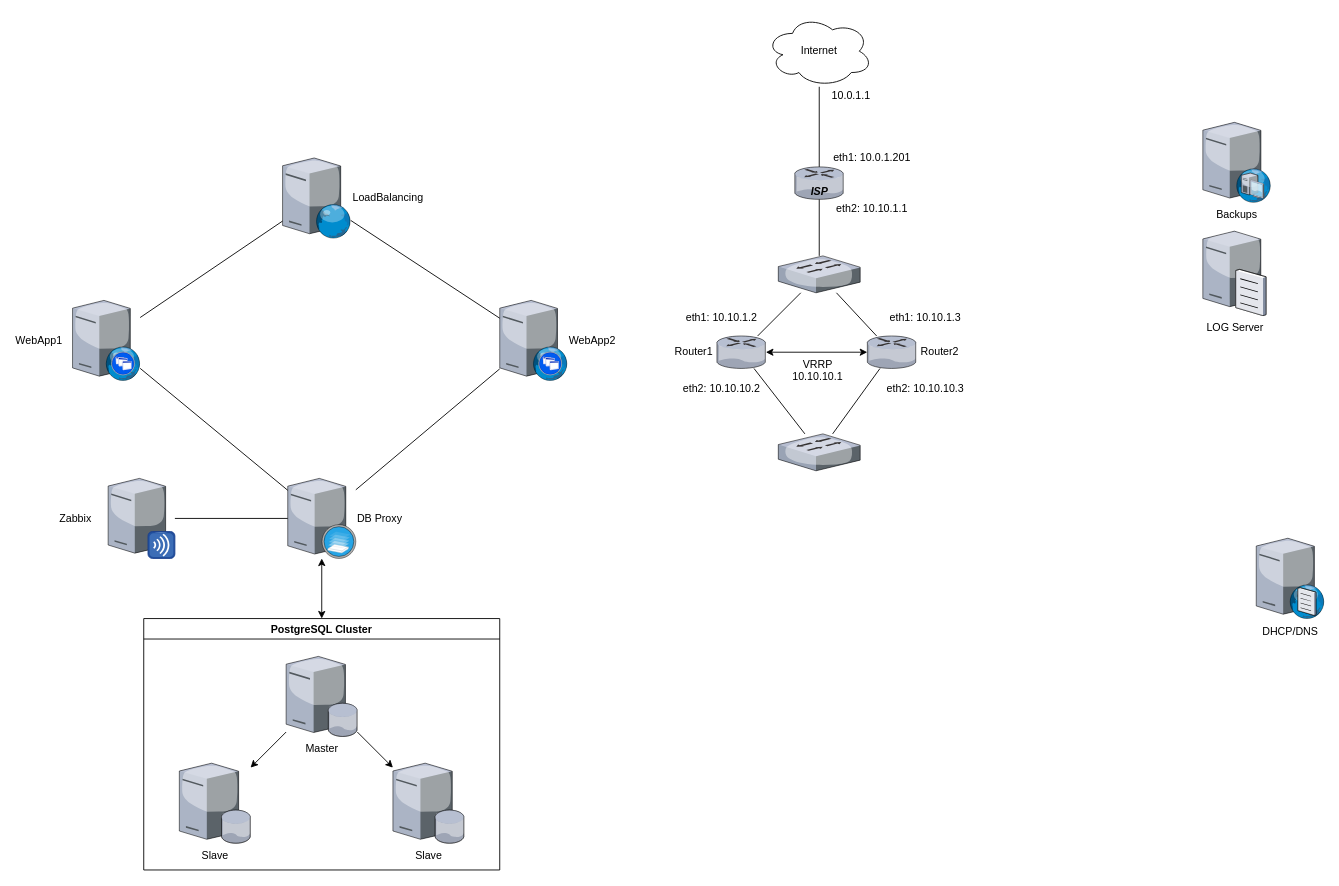
Before: MainDiagram.drawio in OSPFS/OTUS-FINAL-PROJECT, a draw.io diagram. Source tidied: cells renumbered, new cells numbered last; positions are measured from the earlier drawing's top-left corner, leaving out a move shared by most shapes. Both pictures are drawn from the tidied source at 89%, with x=0, y=0 at pixel (72, 15).
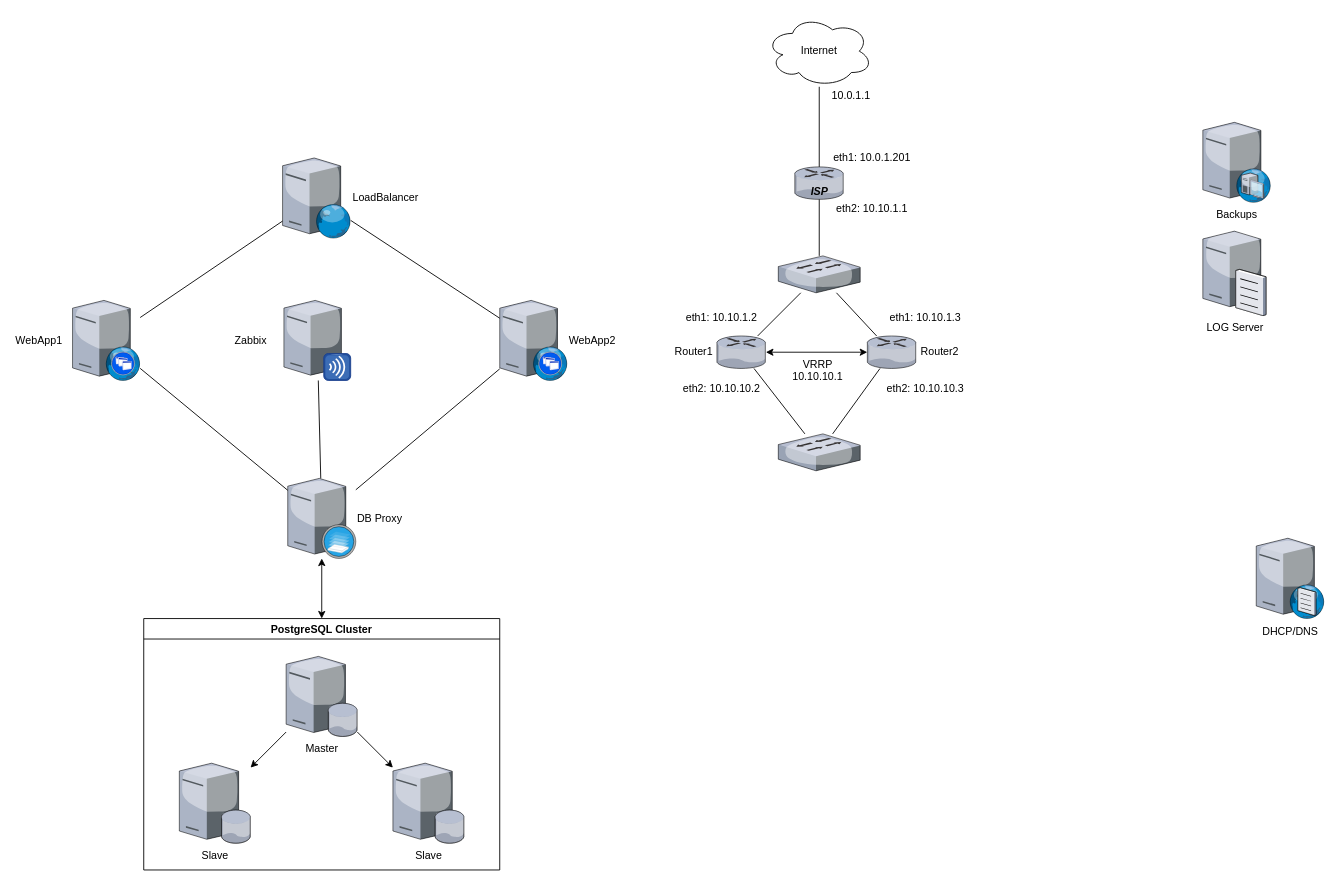
After the change.

Change to the diagram source:
```diff
@@
-    <mxCell id="4" value="LoadBalancing" style="verticalLabelPosition=middle;html=1;verticalAlign=middle;strokeColor=none;align=left;outlineConnect=0;shape=mxgraph.citrix.web_server;labelPosition=right;" parent="1" vertex="1">
+    <mxCell id="4" value="LoadBalancer" style="verticalLabelPosition=middle;html=1;verticalAlign=middle;strokeColor=none;align=left;outlineConnect=0;shape=mxgraph.citrix.web_server;labelPosition=right;" parent="1" vertex="1">
       <mxGeometry x="236" y="160" width="76.5" height="90" as="geometry" />
     </mxCell>
@@
     <mxCell id="13" value="Zabbix" style="verticalLabelPosition=middle;html=1;verticalAlign=middle;strokeColor=none;align=center;outlineConnect=0;shape=mxgraph.citrix.merchandising_server;labelPosition=left;" parent="1" vertex="1">
-      <mxGeometry x="40" y="520" width="75" height="90" as="geometry" />
+      <mxGeometry x="237.5" y="320" width="75" height="90" as="geometry" />
     </mxCell>
```
